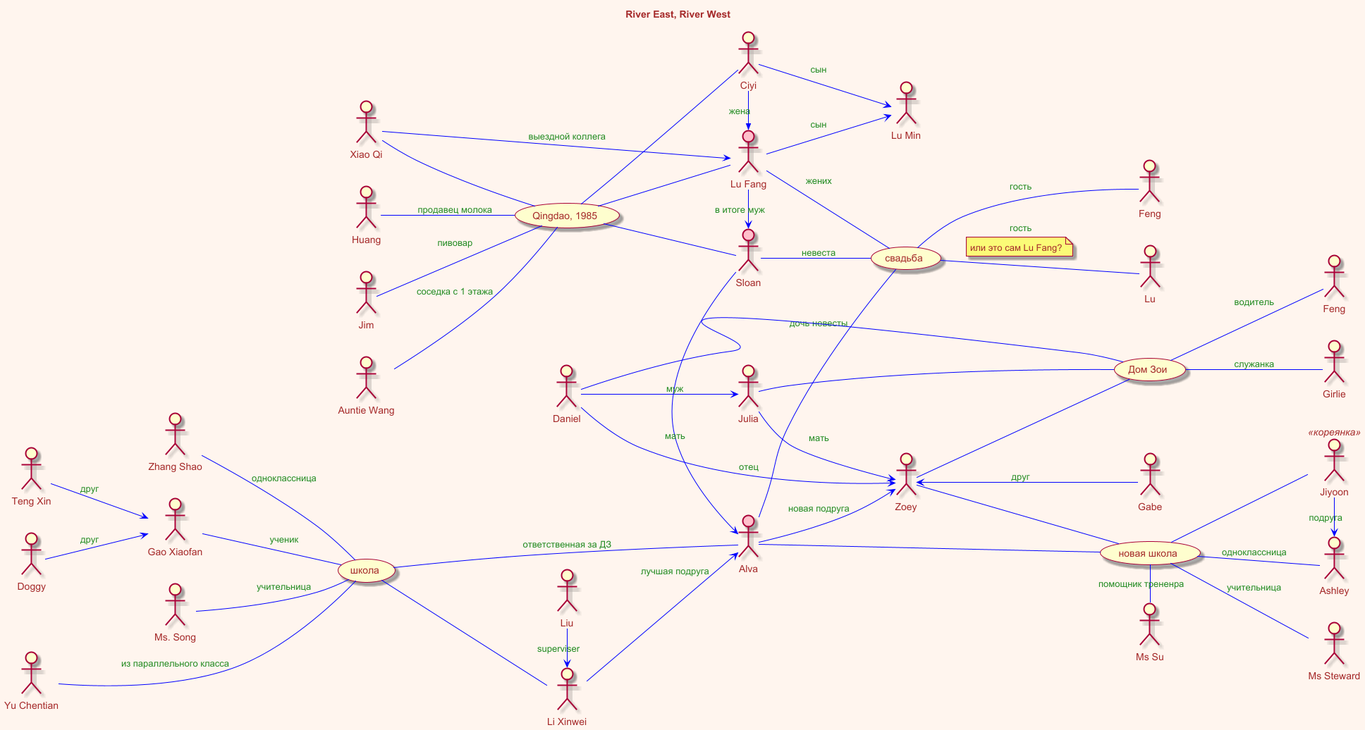
Above: River East, River West/river-River_East__River_West.png in olek3/reading (PlantUML), before the change.
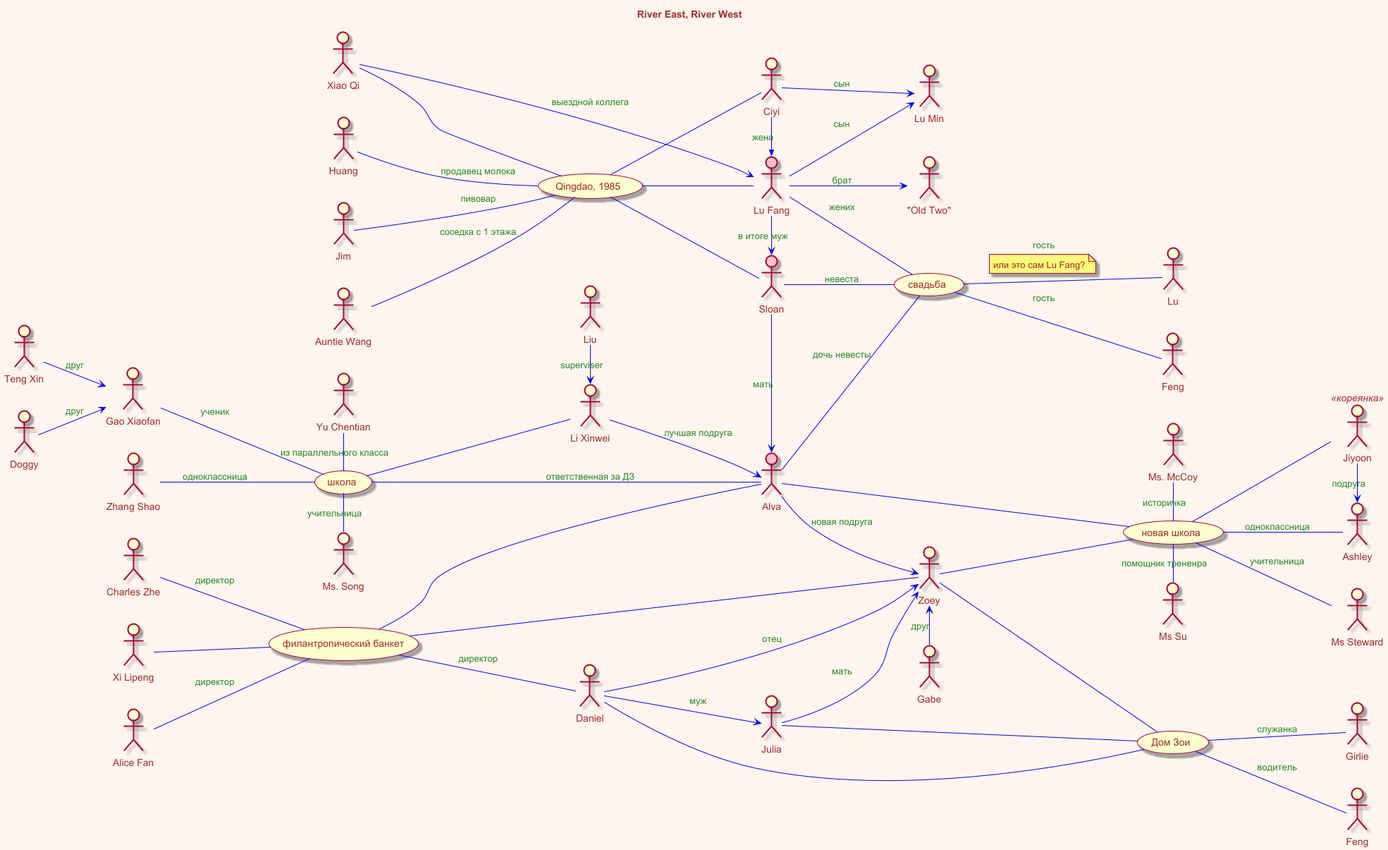
After the change.

Commit message:
банкет и новый год

The edit, as a diff of the source:
```diff
@@ -52,7 +52,7 @@
 
 Liu -> Li : superviser
 
-Song -- (школа) : учительница
+(школа) - Song  : учительница
 
 Gao -- (школа) : ученик
 
@@ -86,7 +86,7 @@
 Qi -> Fang : выездной коллега
 Wang -- Qingdao : соседка с 1 этажа
 
-Yu --- (школа) : из параллельного класса
+Yu - (школа) : из параллельного класса
 
 Jim -- Qingdao : пивовар
 
@@ -139,10 +139,25 @@
 
 :Gabe: as Gabe
 
-Zoey <-- Gabe : друг
+Zoey <- Gabe : друг
 
 :Ms Su: as Su
 
 new_school - Su : помощник трененра
 
+(филантропический банкет) as banquet
+
+banquet -- Daniel : директор
+banquet - Alva
+banquet -- Zoey
+
+:Charles Zhe: -- banquet : директор
+:Xi Lipeng: as Lily
+Lily -- banquet
+:Alice Fan: -- banquet : директор
+
+:Ms. McCoy: - new_school : историчка
+
+Fang --> :"Old Two": : брат
+
 @enduml
```
